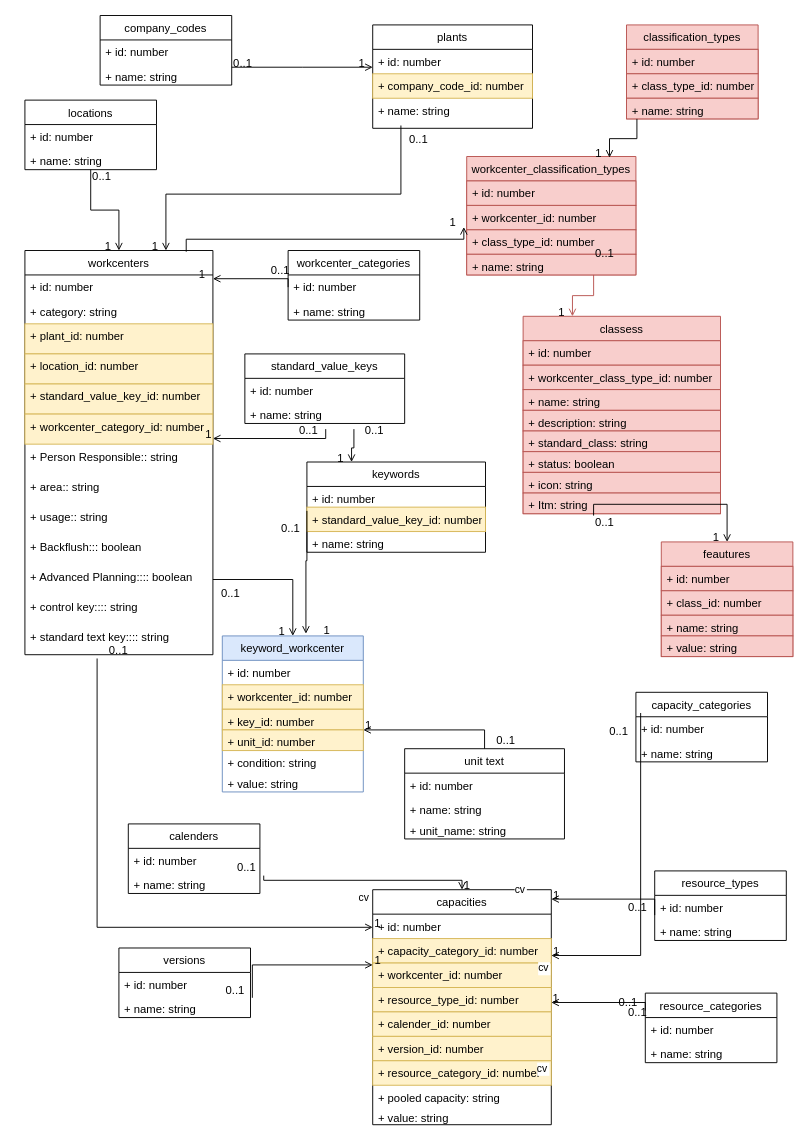
Before: Untitled Diagram.drawio in maramakil/myRepo, a draw.io diagram. Source tidied: cells renumbered, new cells numbered last; positions are measured from the earlier drawing's top-left corner, leaving out a move shared by most shapes. Both pictures are drawn from the tidied source at 94%, with x=0, y=0 at pixel (24, 15).
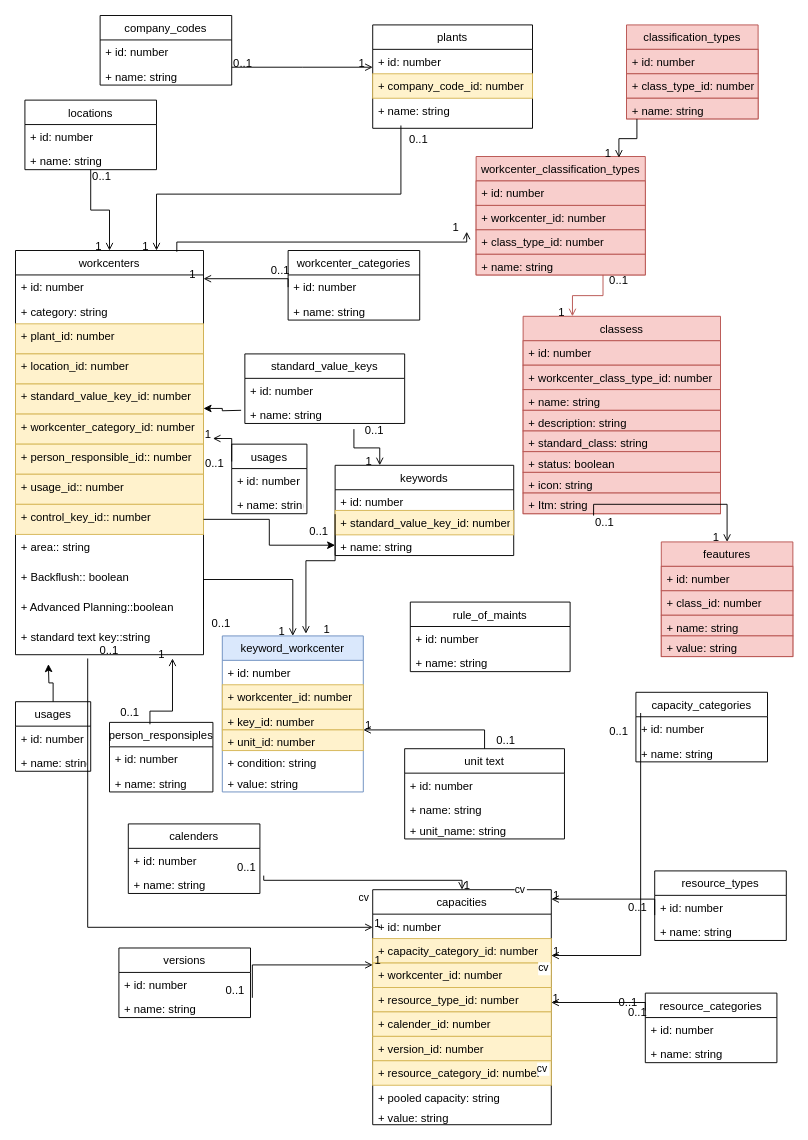
After the change.

Unchanged cells that the change refers to:
```xml
<mxCell id="10" value="+ standard_value_key_id: number" style="text;strokeColor=#d6b656;fillColor=#fff2cc;align=left;verticalAlign=top;spacingLeft=4;spacingRight=4;overflow=hidden;points=[[0,0.5],[1,0.5]];portConstraint=eastwest;" parent="5" vertex="1">
  <mxGeometry y="142" width="200" height="32" as="geometry" />
</mxCell>
<mxCell id="36" value="+ name: string" style="text;strokeColor=none;fillColor=none;align=left;verticalAlign=top;spacingLeft=4;spacingRight=4;overflow=hidden;points=[[0,0.5],[1,0.5]];portConstraint=eastwest;" parent="33" vertex="1">
  <mxGeometry y="74" width="190" height="22" as="geometry" />
</mxCell>
<mxCell id="62" value="+ workcenter_id: number" style="text;strokeColor=#b85450;fillColor=#f8cecc;align=left;verticalAlign=top;spacingLeft=4;spacingRight=4;overflow=hidden;points=[[0,0.5],[1,0.5]];portConstraint=eastwest;" parent="60" vertex="1">
  <mxGeometry y="52" width="180" height="26" as="geometry" />
</mxCell>
<mxCell id="65" style="endArrow=open;shadow=0;strokeWidth=1;rounded=0;endFill=1;edgeStyle=elbowEdgeStyle;elbow=vertical;entryX=0.25;entryY=0;entryDx=0;entryDy=0;fillColor=#f8cecc;strokeColor=#b85450;exitX=0.75;exitY=1;exitDx=0;exitDy=0;" parent="1" edge="1" source="60" target="19">
  <mxGeometry x="0.5" y="41" relative="1" as="geometry">
    <mxPoint x="-40" y="32" as="offset" />
  </mxGeometry>
</mxCell>
```

The edit, as a diff of the source:
```diff
@@
     <mxCell id="5" value="workcenters" style="swimlane;fontStyle=0;horizontal=1;startSize=26;fillColor=none;" parent="1" vertex="1">
-      <mxGeometry y="250" width="200" height="430" as="geometry" />
+      <mxGeometry x="-10" y="250" width="200" height="430" as="geometry" />
     </mxCell>
@@
-    <mxCell id="12" value="+ Person Responsible:: string" style="text;strokeColor=none;fillColor=none;align=left;verticalAlign=top;spacingLeft=4;spacingRight=4;overflow=hidden;" parent="5" vertex="1">
+    <mxCell id="12" value="+ person_responsible_id:: number" style="text;strokeColor=#d6b656;fillColor=#fff2cc;align=left;verticalAlign=top;spacingLeft=4;spacingRight=4;overflow=hidden;" parent="5" vertex="1">
       <mxGeometry y="206" width="200" height="32" as="geometry" />
     </mxCell>
+    <mxCell id="14" value="+ usage_id:: number" style="text;strokeColor=#d6b656;fillColor=#fff2cc;align=left;verticalAlign=top;spacingLeft=4;spacingRight=4;overflow=hidden;" parent="5" vertex="1">
+      <mxGeometry y="238" width="200" height="32" as="geometry" />
+    </mxCell>
+    <mxCell id="17" value="+ control_key_id:: number" style="text;strokeColor=#d6b656;fillColor=#fff2cc;align=left;verticalAlign=top;spacingLeft=4;spacingRight=4;overflow=hidden;points=[[0,0.5],[1,0.5]];portConstraint=eastwest;" parent="5" vertex="1">
+      <mxGeometry y="270" width="200" height="32" as="geometry" />
+    </mxCell>
     <mxCell id="13" value="+ area:: string" style="text;strokeColor=none;fillColor=none;align=left;verticalAlign=top;spacingLeft=4;spacingRight=4;overflow=hidden;" parent="5" vertex="1">
-      <mxGeometry y="238" width="200" height="32" as="geometry" />
+      <mxGeometry y="302" width="200" height="32" as="geometry" />
     </mxCell>
-    <mxCell id="14" value="+ usage:: string" style="text;strokeColor=none;fillColor=none;align=left;verticalAlign=top;spacingLeft=4;spacingRight=4;overflow=hidden;" parent="5" vertex="1">
-      <mxGeometry y="270" width="200" height="32" as="geometry" />
-    </mxCell>
-    <mxCell id="15" value="+ Backflush::: boolean" style="text;strokeColor=none;fillColor=none;align=left;verticalAlign=top;spacingLeft=4;spacingRight=4;overflow=hidden;" parent="5" vertex="1">
-      <mxGeometry y="302" width="200" height="32" as="geometry" />
+    <mxCell id="15" value="+ Backflush:: boolean" style="text;strokeColor=none;fillColor=none;align=left;verticalAlign=top;spacingLeft=4;spacingRight=4;overflow=hidden;" parent="5" vertex="1">
+      <mxGeometry y="334" width="200" height="32" as="geometry" />
     </mxCell>
-    <mxCell id="16" value="+ Advanced Planning:::: boolean" style="text;strokeColor=none;fillColor=none;align=left;verticalAlign=top;spacingLeft=4;spacingRight=4;overflow=hidden;points=[[0,0.5],[1,0.5]];portConstraint=eastwest;" parent="5" vertex="1">
-      <mxGeometry y="334" width="200" height="32" as="geometry" />
+    <mxCell id="16" value="+ Advanced Planning::boolean" style="text;strokeColor=none;fillColor=none;align=left;verticalAlign=top;spacingLeft=4;spacingRight=4;overflow=hidden;points=[[0,0.5],[1,0.5]];portConstraint=eastwest;" parent="5" vertex="1">
+      <mxGeometry y="366" width="200" height="32" as="geometry" />
     </mxCell>
-    <mxCell id="17" value="+ control key:::: string" style="text;strokeColor=none;fillColor=none;align=left;verticalAlign=top;spacingLeft=4;spacingRight=4;overflow=hidden;points=[[0,0.5],[1,0.5]];portConstraint=eastwest;" parent="5" vertex="1">
-      <mxGeometry y="366" width="200" height="32" as="geometry" />
-    </mxCell>
-    <mxCell id="18" value="+ standard text key:::: string" style="text;strokeColor=none;fillColor=none;align=left;verticalAlign=top;spacingLeft=4;spacingRight=4;overflow=hidden;points=[[0,0.5],[1,0.5]];portConstraint=eastwest;" parent="5" vertex="1">
+    <mxCell id="18" value="+ standard text key::string" style="text;strokeColor=none;fillColor=none;align=left;verticalAlign=top;spacingLeft=4;spacingRight=4;overflow=hidden;points=[[0,0.5],[1,0.5]];portConstraint=eastwest;" parent="5" vertex="1">
       <mxGeometry y="398" width="200" height="32" as="geometry" />
     </mxCell>
@@
     <mxCell id="33" value="keywords" style="swimlane;fontStyle=0;horizontal=1;startSize=26;fillColor=none;" parent="1" vertex="1">
-      <mxGeometry x="300" y="475" width="190" height="96" as="geometry" />
+      <mxGeometry x="330" y="478.5" width="190" height="96" as="geometry" />
     </mxCell>
@@
     <mxCell id="60" value="workcenter_classification_types" style="swimlane;fontStyle=0;horizontal=1;startSize=26;fillColor=#f8cecc;strokeColor=#b85450;" parent="1" vertex="1">
-      <mxGeometry x="470" y="150" width="180" height="126" as="geometry" />
+      <mxGeometry x="480" y="150" width="180" height="126" as="geometry" />
     </mxCell>
@@
     <mxCell id="66" value="0..1" style="align=left;verticalAlign=bottom;labelBackgroundColor=none;fontSize=12;" parent="65" vertex="1">
       <mxGeometry x="-1" relative="1" as="geometry">
-        <mxPoint y="-15" as="offset" />
+        <mxPoint x="5" y="14" as="offset" />
       </mxGeometry>
     </mxCell>
@@
-    <mxCell id="77" style="endArrow=open;shadow=0;strokeWidth=1;rounded=0;endFill=1;edgeStyle=elbowEdgeStyle;elbow=vertical;exitX=0.858;exitY=0.003;exitDx=0;exitDy=0;exitPerimeter=0;entryX=-0.017;entryY=0.885;entryDx=0;entryDy=0;entryPerimeter=0;" parent="1" edge="1" source="5" target="62">
+    <mxCell id="77" style="endArrow=open;shadow=0;strokeWidth=1;rounded=0;endFill=1;edgeStyle=elbowEdgeStyle;elbow=vertical;exitX=0.858;exitY=0.003;exitDx=0;exitDy=0;exitPerimeter=0;" parent="1" edge="1" source="5">
       <mxGeometry x="0.5" y="41" relative="1" as="geometry">
+        <mxPoint x="470" y="230" as="targetPoint" />
         <mxPoint x="-40" y="32" as="offset" />
       </mxGeometry>
     </mxCell>
@@
-    <mxCell id="139" style="endArrow=open;shadow=0;strokeWidth=1;rounded=0;endFill=1;edgeStyle=elbowEdgeStyle;elbow=vertical;" parent="1" edge="1">
+    <mxCell id="139" style="endArrow=open;shadow=0;strokeWidth=1;rounded=0;endFill=1;edgeStyle=elbowEdgeStyle;elbow=vertical;exitX=0;exitY=0.25;exitDx=0;exitDy=0;" parent="1" edge="1" source="165">
       <mxGeometry x="0.5" y="41" relative="1" as="geometry">
-        <mxPoint x="320" y="440" as="sourcePoint" />
         <mxPoint x="200" y="450" as="targetPoint" />
         <Array as="points">
           <mxPoint x="260" y="450" />
           <mxPoint x="290" y="590" />
         </Array>
         <mxPoint x="-40" y="32" as="offset" />
       </mxGeometry>
     </mxCell>
@@
+    <mxCell id="151" value="person_responsiples" style="swimlane;fontStyle=0;horizontal=1;startSize=26;fillColor=none;" parent="1" vertex="1">
+      <mxGeometry x="90" y="752" width="110" height="74" as="geometry" />
+    </mxCell>
+    <mxCell id="152" value="+ id: number" style="text;strokeColor=none;fillColor=none;align=left;verticalAlign=top;spacingLeft=4;spacingRight=4;overflow=hidden;" parent="151" vertex="1">
+      <mxGeometry y="26" width="110" height="26" as="geometry" />
+    </mxCell>
+    <mxCell id="153" value="+ name: string" style="text;strokeColor=none;fillColor=none;align=left;verticalAlign=top;spacingLeft=4;spacingRight=4;overflow=hidden;" parent="151" vertex="1">
+      <mxGeometry y="52" width="110" height="22" as="geometry" />
+    </mxCell>
+    <mxCell id="154" style="endArrow=open;shadow=0;strokeWidth=1;rounded=0;endFill=1;edgeStyle=elbowEdgeStyle;elbow=vertical;exitX=0.391;exitY=0.027;exitDx=0;exitDy=0;exitPerimeter=0;entryX=0.835;entryY=1.125;entryDx=0;entryDy=0;entryPerimeter=0;" parent="1" edge="1" source="151" target="18">
+      <mxGeometry x="0.5" y="41" relative="1" as="geometry">
+        <Array as="points">
+          <mxPoint x="140" y="740" />
+          <mxPoint x="104" y="480" />
+        </Array>
+        <mxPoint x="-40" y="32" as="offset" />
+      </mxGeometry>
+    </mxCell>
+    <mxCell id="155" value="0..1" style="align=left;verticalAlign=bottom;labelBackgroundColor=none;fontSize=12;" parent="154" vertex="1">
+      <mxGeometry x="-1" relative="1" as="geometry">
+        <mxPoint x="-33" y="-4" as="offset" />
+      </mxGeometry>
+    </mxCell>
+    <mxCell id="156" value="1" style="align=right;verticalAlign=bottom;labelBackgroundColor=none;fontSize=12;" parent="154" vertex="1">
+      <mxGeometry x="1" relative="1" as="geometry">
+        <mxPoint x="-7" y="4" as="offset" />
+      </mxGeometry>
+    </mxCell>
+    <mxCell id="157" style="edgeStyle=orthogonalEdgeStyle;rounded=0;jettySize=auto;html=1;" parent="1" edge="1" source="158">
+      <mxGeometry relative="1" as="geometry">
+        <mxPoint x="25" y="690" as="targetPoint" />
+      </mxGeometry>
+    </mxCell>
+    <mxCell id="158" value="usages" style="swimlane;fontStyle=0;horizontal=1;startSize=26;fillColor=none;" parent="1" vertex="1">
+      <mxGeometry x="-10" y="730" width="80" height="74" as="geometry" />
+    </mxCell>
+    <mxCell id="159" value="+ id: number" style="text;strokeColor=none;fillColor=none;align=left;verticalAlign=top;spacingLeft=4;spacingRight=4;overflow=hidden;" parent="158" vertex="1">
+      <mxGeometry y="26" width="80" height="26" as="geometry" />
+    </mxCell>
+    <mxCell id="160" value="+ name: string" style="text;strokeColor=none;fillColor=none;align=left;verticalAlign=top;spacingLeft=4;spacingRight=4;overflow=hidden;" parent="158" vertex="1">
+      <mxGeometry y="52" width="80" height="22" as="geometry" />
+    </mxCell>
+    <mxCell id="161" value="rule_of_maints" style="swimlane;fontStyle=0;horizontal=1;startSize=26;fillColor=none;" parent="1" vertex="1">
+      <mxGeometry x="410" y="624" width="170" height="74" as="geometry" />
+    </mxCell>
+    <mxCell id="162" value="+ id: number" style="text;strokeColor=none;fillColor=none;align=left;verticalAlign=top;spacingLeft=4;spacingRight=4;overflow=hidden;" parent="161" vertex="1">
+      <mxGeometry y="26" width="170" height="26" as="geometry" />
+    </mxCell>
+    <mxCell id="163" value="+ name: string" style="text;strokeColor=none;fillColor=none;align=left;verticalAlign=top;spacingLeft=4;spacingRight=4;overflow=hidden;" parent="161" vertex="1">
+      <mxGeometry y="52" width="170" height="22" as="geometry" />
+    </mxCell>
+    <mxCell id="164" style="edgeStyle=orthogonalEdgeStyle;rounded=0;jettySize=auto;html=1;" parent="1" edge="1" source="17" target="36">
+      <mxGeometry relative="1" as="geometry" />
+    </mxCell>
+    <mxCell id="165" value="usages" style="swimlane;fontStyle=0;horizontal=1;startSize=26;fillColor=none;" parent="1" vertex="1">
+      <mxGeometry x="220" y="456" width="80" height="74" as="geometry" />
+    </mxCell>
+    <mxCell id="166" value="+ id: number" style="text;strokeColor=none;fillColor=none;align=left;verticalAlign=top;spacingLeft=4;spacingRight=4;overflow=hidden;" parent="165" vertex="1">
+      <mxGeometry y="26" width="80" height="26" as="geometry" />
+    </mxCell>
+    <mxCell id="167" value="+ name: string" style="text;strokeColor=none;fillColor=none;align=left;verticalAlign=top;spacingLeft=4;spacingRight=4;overflow=hidden;" parent="165" vertex="1">
+      <mxGeometry y="52" width="80" height="22" as="geometry" />
+    </mxCell>
+    <mxCell id="168" style="edgeStyle=orthogonalEdgeStyle;rounded=0;jettySize=auto;html=1;entryX=1;entryY=0.813;entryDx=0;entryDy=0;entryPerimeter=0;" parent="1" edge="1" target="10">
+      <mxGeometry relative="1" as="geometry">
+        <mxPoint x="230" y="420" as="sourcePoint" />
+      </mxGeometry>
+    </mxCell>
```
